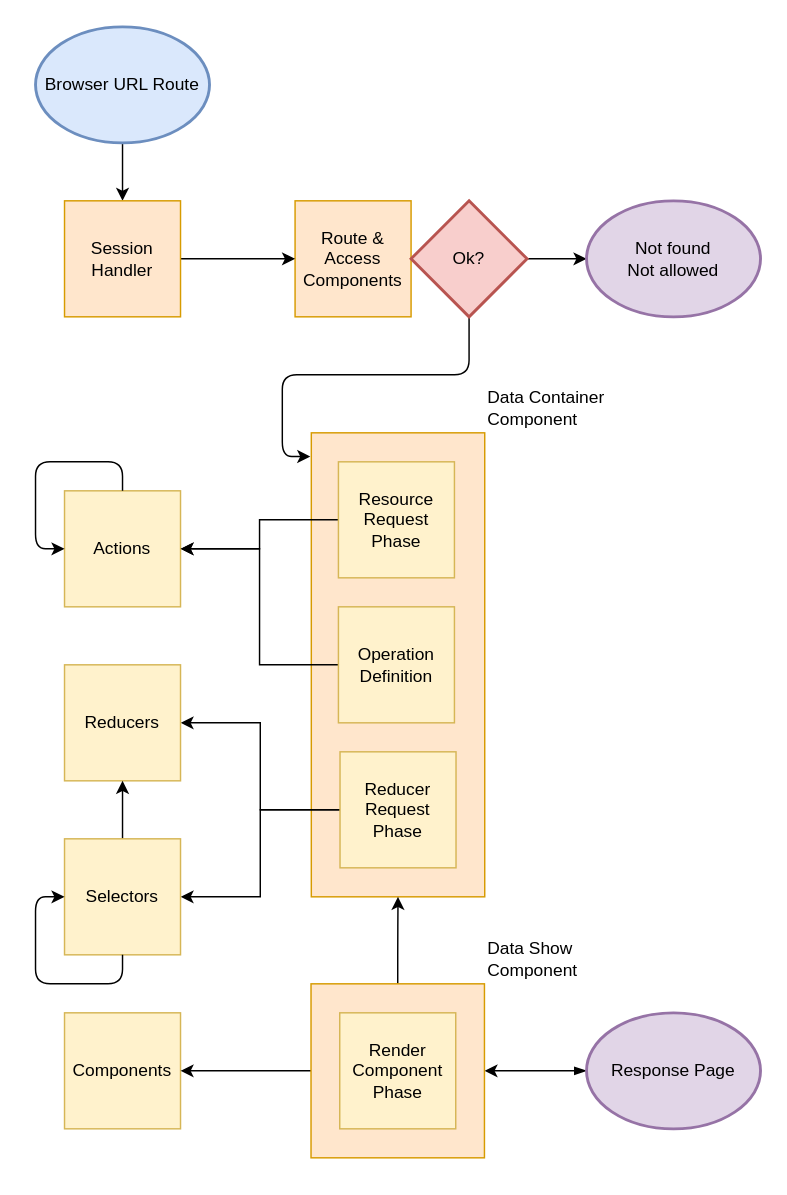
This is page "basic-frontend" (3 of 3) of diagrams-drawio.drawio from SEAD-UFES/SPS-docs, a draw.io file, before an edit. Source tidied: cells renumbered, new cells numbered last; positions are measured from the earlier drawing's top-left corner, leaving out a move shared by most shapes. Both pictures are drawn from the tidied source at 145%, with x=0, y=0 at pixel (35, 26).
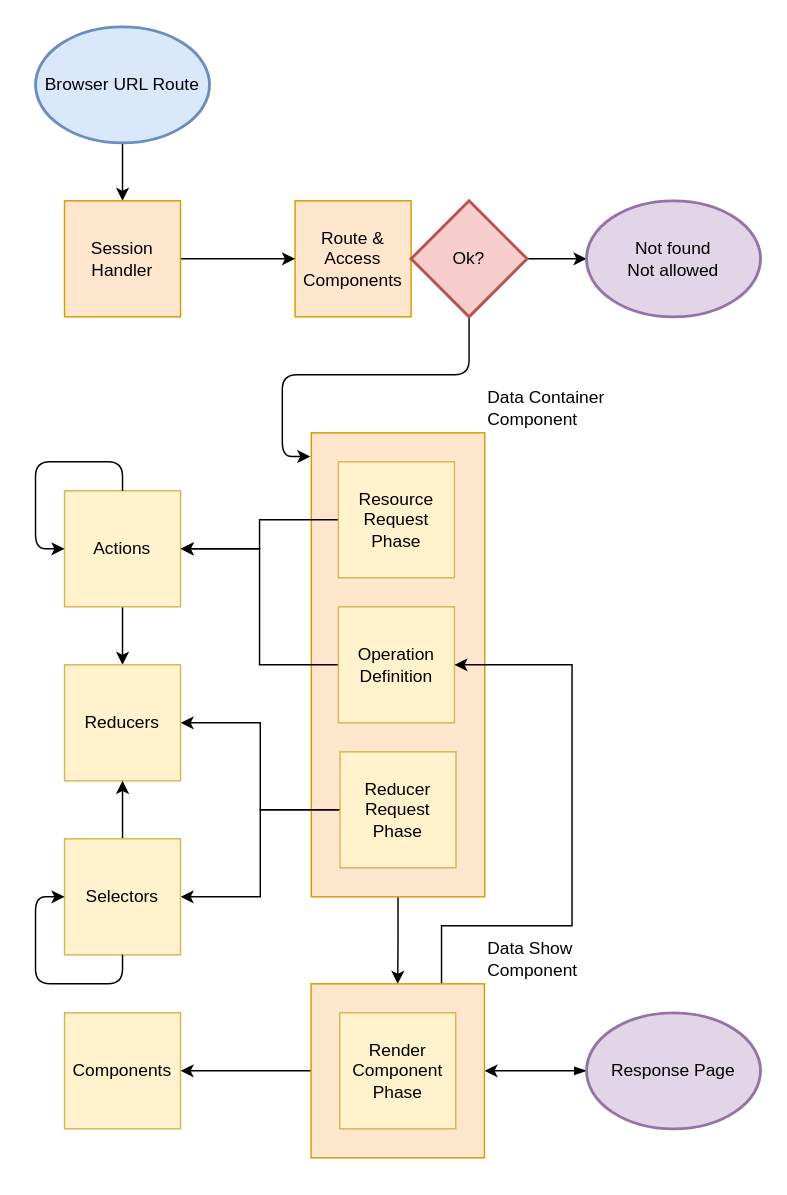
Above is the later version.

Unchanged cells that the change refers to:
```xml
<mxCell id="2" value="Data Container Component" style="whiteSpace=wrap;html=1;fillColor=#ffe6cc;strokeColor=#d79b00;labelPosition=right;verticalLabelPosition=top;align=left;verticalAlign=bottom;" parent="1" vertex="1">
  <mxGeometry x="190.2" y="280" width="119.6" height="320" as="geometry" />
</mxCell>
<mxCell id="15" value="Actions" style="whiteSpace=wrap;html=1;fillColor=#fff2cc;strokeColor=#d6b656;" parent="1" vertex="1">
  <mxGeometry x="20" y="320" width="80" height="80" as="geometry" />
</mxCell>
<mxCell id="17" value="Reducers" style="whiteSpace=wrap;html=1;fillColor=#fff2cc;strokeColor=#d6b656;" parent="1" vertex="1">
  <mxGeometry x="20" y="440" width="80" height="80" as="geometry" />
</mxCell>
<mxCell id="21" value="Operation Definition" style="whiteSpace=wrap;html=1;fillColor=#fff2cc;strokeColor=#d6b656;" parent="1" vertex="1">
  <mxGeometry x="208.9" y="400" width="80" height="80" as="geometry" />
</mxCell>
<mxCell id="28" value="Data Show Component" style="whiteSpace=wrap;html=1;fillColor=#ffe6cc;strokeColor=#d79b00;labelPosition=right;verticalLabelPosition=top;align=left;verticalAlign=bottom;" parent="1" vertex="1">
  <mxGeometry x="190" y="660" width="119.6" height="120" as="geometry" />
</mxCell>
```

What changed in the source:
```diff
@@
+    <mxCell id="33" style="edgeStyle=orthogonalEdgeStyle;rounded=0;jettySize=auto;html=1;entryX=0.5;entryY=0;entryDx=0;entryDy=0;" parent="1" edge="1" source="2" target="28">
+      <mxGeometry relative="1" as="geometry" />
+    </mxCell>
@@
+    <mxCell id="34" style="edgeStyle=orthogonalEdgeStyle;rounded=0;jettySize=auto;html=1;entryX=0.5;entryY=0;entryDx=0;entryDy=0;" parent="1" edge="1" source="15" target="17">
+      <mxGeometry relative="1" as="geometry" />
+    </mxCell>
@@
-    <mxCell id="26" style="edgeStyle=orthogonalEdgeStyle;jettySize=auto;html=1;startArrow=none;startFill=0;" parent="1" edge="1" source="28">
-      <mxGeometry relative="1" as="geometry">
-        <mxPoint x="250" y="600" as="targetPoint" />
-      </mxGeometry>
-    </mxCell>
@@
+    <mxCell id="35" style="edgeStyle=orthogonalEdgeStyle;rounded=0;jettySize=auto;html=1;entryX=1;entryY=0.5;entryDx=0;entryDy=0;" parent="1" edge="1" source="28" target="21">
+      <mxGeometry relative="1" as="geometry">
+        <Array as="points">
+          <mxPoint x="280" y="620" />
+          <mxPoint x="370" y="620" />
+          <mxPoint x="370" y="440" />
+        </Array>
+      </mxGeometry>
+    </mxCell>
```
